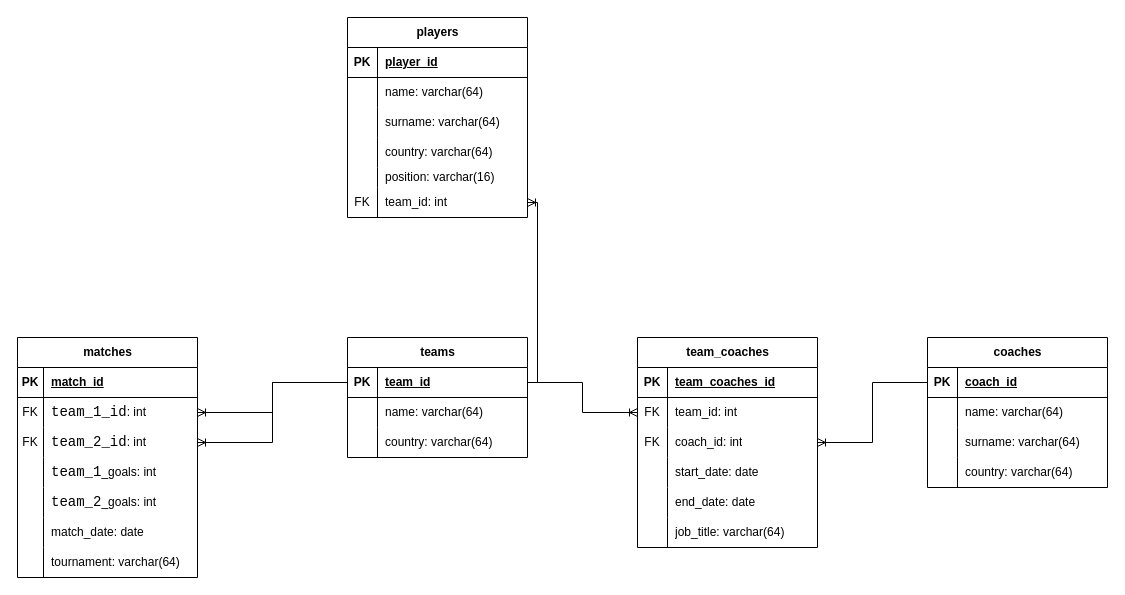
This is labDB.drawio from Zhambik/DBLab, a draw.io file, before an edit. Source tidied: cells renumbered, new cells numbered last; positions are measured from the earlier drawing's top-left corner, leaving out a move shared by most shapes. Both pictures are drawn from the tidied source at 100%, with x=0, y=0 at pixel (17, 17).
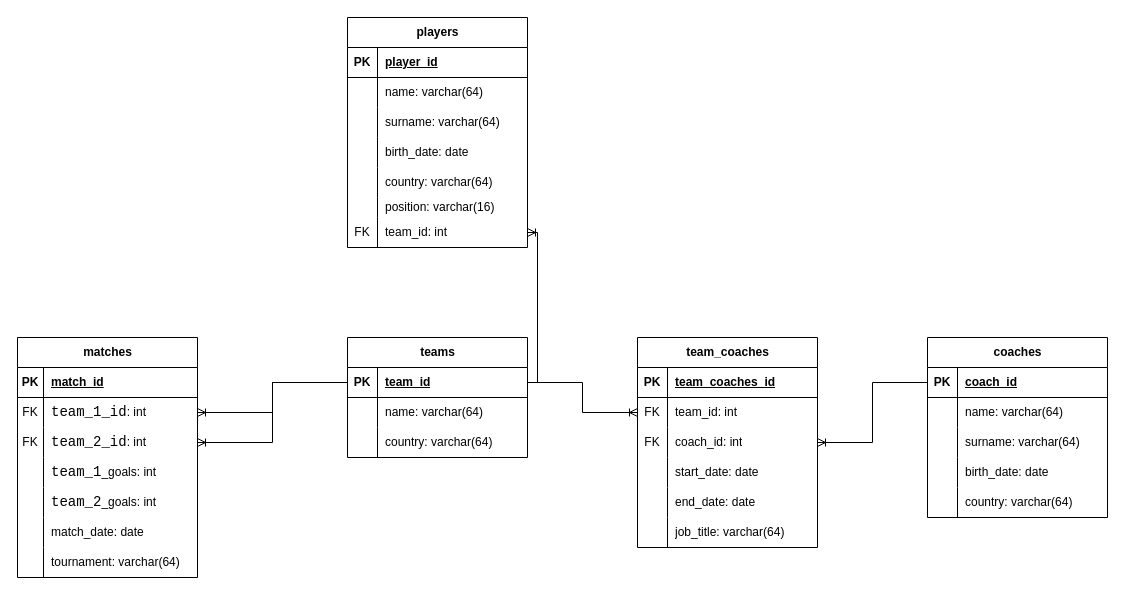
The same diagram, later.

The change refers to these unchanged cells:
```xml
<mxCell id="41" style="shape=tableRow;horizontal=0;startSize=0;swimlaneHead=0;swimlaneBody=0;fillColor=none;top=0;left=0;right=0;bottom=0;" parent="31" vertex="1">
  <mxGeometry y="120" width="180" height="30" as="geometry" />
</mxCell>
```

Change to the diagram source:
```diff
@@
     <mxCell id="12" value="players" style="shape=table;startSize=30;childLayout=tableLayout;rowLines=0;fontStyle=1;align=center;html=1;" parent="1" vertex="1">
-      <mxGeometry x="330" width="180" height="200" as="geometry" />
+      <mxGeometry x="330" width="180" height="230" as="geometry" />
     </mxCell>
@@
+    <mxCell id="90" style="shape=tableRow;horizontal=0;startSize=0;swimlaneHead=0;swimlaneBody=0;fillColor=none;top=0;left=0;right=0;bottom=0;" parent="12" vertex="1">
+      <mxGeometry y="120" width="180" height="30" as="geometry" />
+    </mxCell>
+    <mxCell id="91" style="shape=partialRectangle;fillColor=none;top=0;left=0;bottom=0;right=0;overflow=hidden;whiteSpace=wrap;html=1;" parent="90" vertex="1">
+      <mxGeometry width="30" height="30" as="geometry" />
+    </mxCell>
+    <mxCell id="92" value="birth_date: date" style="shape=partialRectangle;fillColor=none;top=0;left=0;bottom=0;right=0;align=left;spacingLeft=6;overflow=hidden;whiteSpace=wrap;html=1;" parent="90" vertex="1">
+      <mxGeometry x="30" width="150" height="30" as="geometry" />
+    </mxCell>
     <mxCell id="22" style="shape=tableRow;horizontal=0;startSize=0;swimlaneHead=0;swimlaneBody=0;fillColor=none;top=0;left=0;right=0;bottom=0;" parent="12" vertex="1">
-      <mxGeometry y="120" width="180" height="30" as="geometry" />
+      <mxGeometry y="150" width="180" height="30" as="geometry" />
     </mxCell>
@@
     <mxCell id="25" style="shape=tableRow;horizontal=0;startSize=0;swimlaneHead=0;swimlaneBody=0;fillColor=none;top=0;left=0;right=0;bottom=0;" parent="12" vertex="1">
-      <mxGeometry y="150" width="180" height="20" as="geometry" />
+      <mxGeometry y="180" width="180" height="20" as="geometry" />
     </mxCell>
@@
     <mxCell id="28" style="shape=tableRow;horizontal=0;startSize=0;swimlaneHead=0;swimlaneBody=0;fillColor=none;points=[[0,0.5],[1,0.5]];portConstraint=eastwest;top=0;left=0;right=0;bottom=0;" parent="12" vertex="1">
-      <mxGeometry y="170" width="180" height="30" as="geometry" />
+      <mxGeometry y="200" width="180" height="30" as="geometry" />
     </mxCell>
@@
     <mxCell id="31" value="coaches" style="shape=table;startSize=30;childLayout=tableLayout;rowLines=0;fontStyle=1;align=center;html=1;" parent="1" vertex="1">
-      <mxGeometry x="910" y="320" width="180" height="150" as="geometry" />
+      <mxGeometry x="910" y="320" width="180" height="180" as="geometry" />
     </mxCell>
@@
-    <mxCell id="43" value="country: varchar(64)" style="shape=partialRectangle;fillColor=none;top=0;left=0;bottom=0;right=0;align=left;spacingLeft=6;overflow=hidden;whiteSpace=wrap;html=1;" parent="41" vertex="1">
+    <mxCell id="43" value="birth_date: date" style="shape=partialRectangle;fillColor=none;top=0;left=0;bottom=0;right=0;align=left;spacingLeft=6;overflow=hidden;whiteSpace=wrap;html=1;" parent="41" vertex="1">
       <mxGeometry x="30" width="150" height="30" as="geometry" />
     </mxCell>
+    <mxCell id="93" style="shape=tableRow;horizontal=0;startSize=0;swimlaneHead=0;swimlaneBody=0;fillColor=none;top=0;left=0;right=0;bottom=0;" parent="31" vertex="1">
+      <mxGeometry y="150" width="180" height="30" as="geometry" />
+    </mxCell>
+    <mxCell id="94" style="shape=partialRectangle;fillColor=none;top=0;left=0;bottom=0;right=0;overflow=hidden;whiteSpace=wrap;html=1;" parent="93" vertex="1">
+      <mxGeometry width="30" height="30" as="geometry" />
+    </mxCell>
+    <mxCell id="95" value="country: varchar(64)" style="shape=partialRectangle;fillColor=none;top=0;left=0;bottom=0;right=0;align=left;spacingLeft=6;overflow=hidden;whiteSpace=wrap;html=1;" parent="93" vertex="1">
+      <mxGeometry x="30" width="150" height="30" as="geometry" />
+    </mxCell>
```
